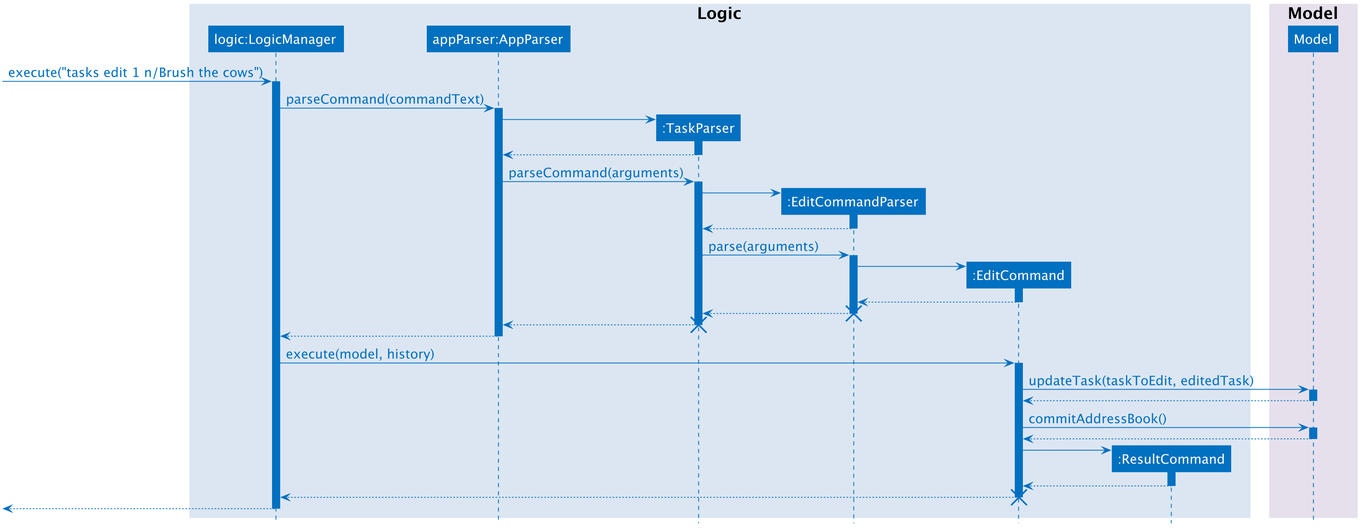
The PlantUML diagram docs/images/EditTaskSequenceDiagram.png in CS2103-AY1819S1-T09-1/main, before a commit.
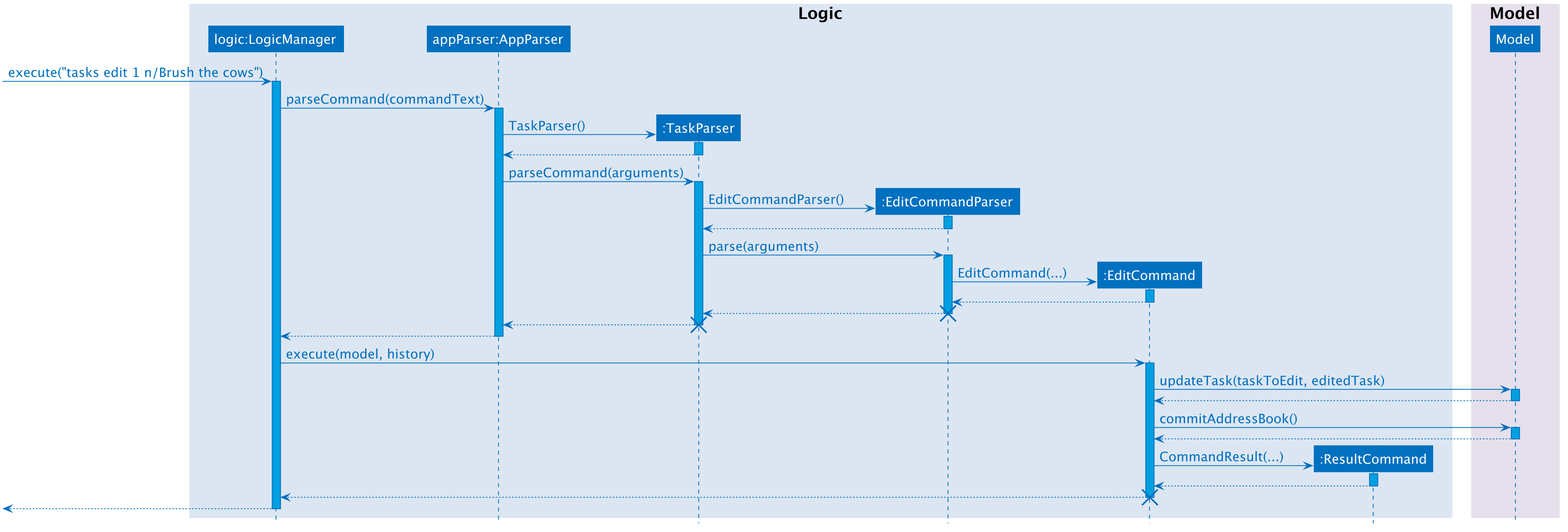
Above is the later version.

Change to the diagram source:
```diff
@@ -12,7 +12,7 @@
     ParticipantBackgroundColor #0070C0
     ParticipantFontColor #FFFFFF
     LifeLineBorderColor #0070C0
-    LifeLineBackgroundColor #0070C0
+    LifeLineBackgroundColor #00A0E0
     ArrowColor #0070C0
     ArrowBorderColor #0070C0
     ArrowFontColor #0070C0
@@ -38,19 +38,19 @@
 logicManager -> appParser: parseCommand(commandText)
 
 create taskParser
-appParser -> taskParser
+appParser -> taskParser: TaskParser()
 taskParser --> appParser
 
 appParser -> taskParser: parseCommand(arguments)
 
 create editCommandParser
-taskParser -> editCommandParser
+taskParser -> editCommandParser: EditCommandParser()
 editCommandParser --> taskParser
 
 taskParser -> editCommandParser: parse(arguments)
 
 create editCommand
-editCommandParser -> editCommand
+editCommandParser -> editCommand: EditCommand(...)
 editCommand --> editCommandParser
 
 editCommandParser --> taskParser
@@ -72,7 +72,7 @@
 model --> editCommand
 
 create commandResult
-editCommand -> commandResult
+editCommand -> commandResult: CommandResult(...)
 commandResult --> editCommand
 
 editCommand --> logicManager
```
